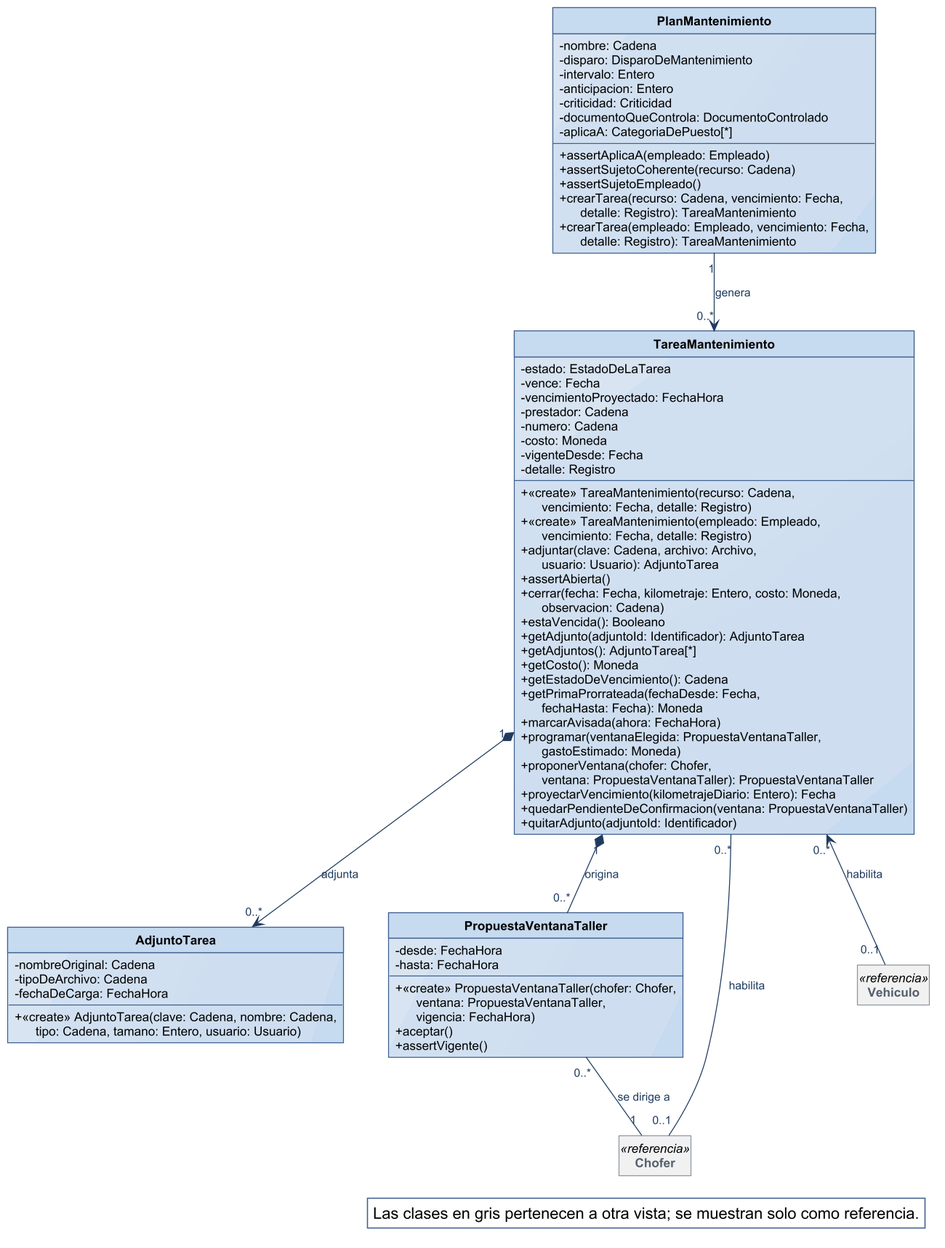
Nahuelito-Dev/splg-docs keeps this PlantUML diagram as diagramas/clases-diseno/DC_Mantenimiento.png. Above is the earlier version.
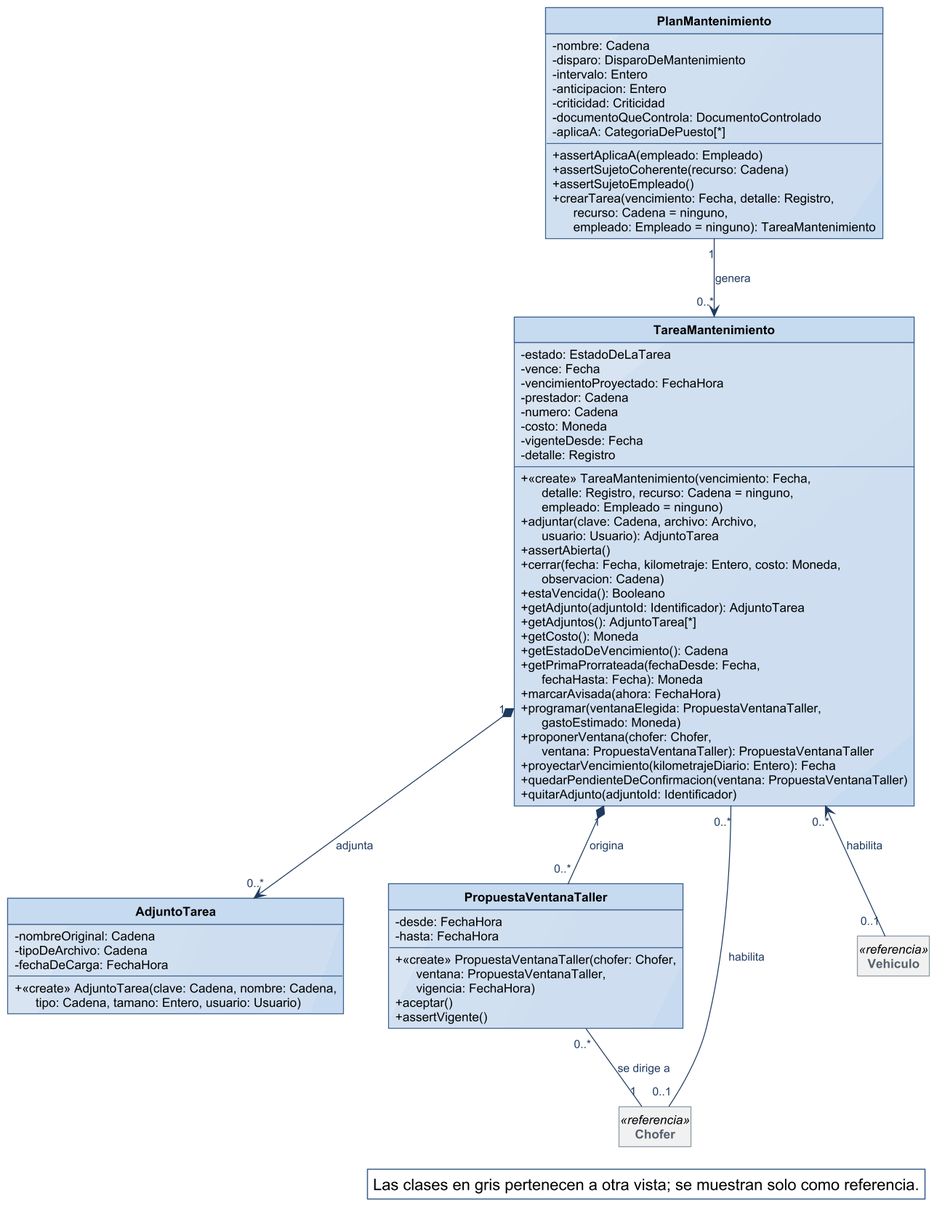
After the commit.

Diff of the diagram source:
```diff
@@ -38,8 +38,7 @@
   + assertAplicaA(empleado: Empleado)
   + assertSujetoCoherente(recurso: Cadena)
   + assertSujetoEmpleado()
-  + crearTarea(recurso: Cadena, vencimiento: Fecha,\n      detalle: Registro): TareaMantenimiento
-  + crearTarea(empleado: Empleado, vencimiento: Fecha,\n      detalle: Registro): TareaMantenimiento
+  + crearTarea(vencimiento: Fecha, detalle: Registro,\n      recurso: Cadena = ninguno,\n      empleado: Empleado = ninguno): TareaMantenimiento
 }
 class TareaMantenimiento {
   - estado: EstadoDeLaTarea
@@ -50,8 +49,7 @@
   - costo: Moneda
   - vigenteDesde: Fecha
   - detalle: Registro
-  + «create» TareaMantenimiento(recurso: Cadena,\n      vencimiento: Fecha, detalle: Registro)
-  + «create» TareaMantenimiento(empleado: Empleado,\n      vencimiento: Fecha, detalle: Registro)
+  + «create» TareaMantenimiento(vencimiento: Fecha,\n      detalle: Registro, recurso: Cadena = ninguno,\n      empleado: Empleado = ninguno)
   + adjuntar(clave: Cadena, archivo: Archivo,\n      usuario: Usuario): AdjuntoTarea
   + assertAbierta()
   + cerrar(fecha: Fecha, kilometraje: Entero, costo: Moneda,\n      observacion: Cadena)
```
